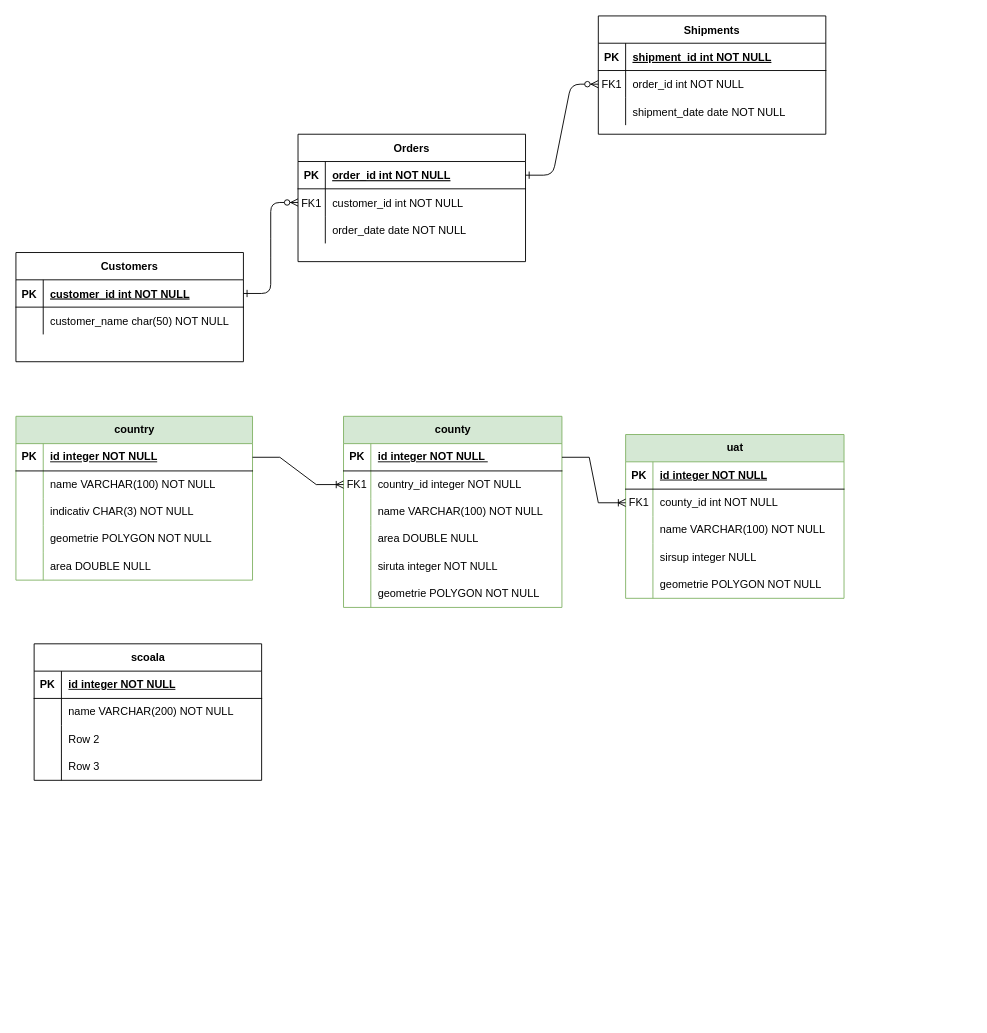
Before: Untitled Diagram.drawio in cristian19122001/modelare_db, a draw.io diagram. Source tidied: cells renumbered, new cells numbered last; positions are measured from the earlier drawing's top-left corner, leaving out a move shared by most shapes. Both pictures are drawn from the tidied source at 91%, with x=0, y=0 at pixel (15, 15).
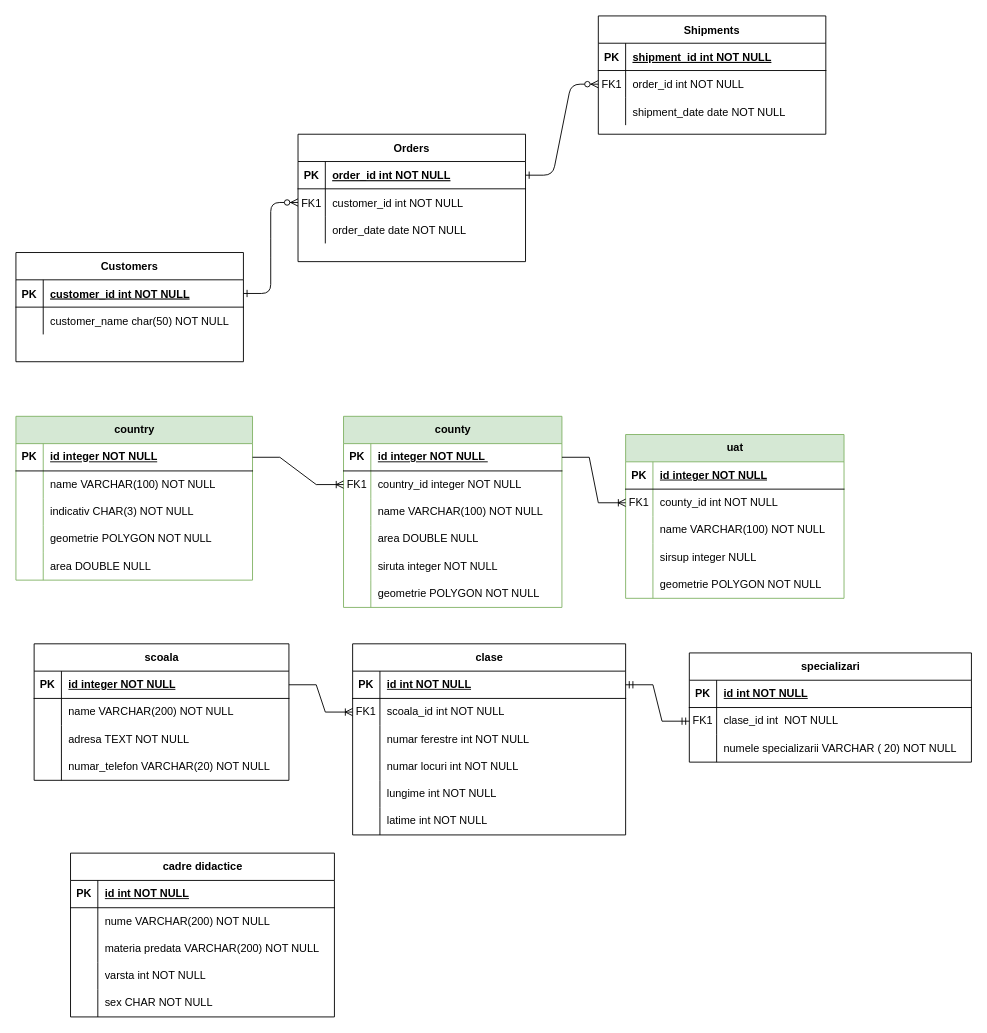
After the change.

Change to the diagram source:
```diff
@@
     <mxCell id="84" value="scoala" style="shape=table;startSize=30;childLayout=tableLayout;rowLines=0;fontStyle=1;align=center;html=1;" parent="1" vertex="1">
-      <mxGeometry x="20" y="690" width="250" height="150" as="geometry" />
+      <mxGeometry x="20" y="690" width="280" height="150" as="geometry" />
     </mxCell>
     <mxCell id="85" style="shape=tableRow;horizontal=0;startSize=0;swimlaneHead=0;swimlaneBody=0;fillColor=none;points=[[0,0.5],[1,0.5]];portConstraint=eastwest;top=0;left=0;right=0;bottom=1;" parent="84" vertex="1">
-      <mxGeometry y="30" width="250" height="30" as="geometry" />
+      <mxGeometry y="30" width="280" height="30" as="geometry" />
     </mxCell>
@@
     <mxCell id="87" value="id integer NOT NULL" style="shape=partialRectangle;fillColor=none;top=0;left=0;bottom=0;right=0;align=left;spacingLeft=6;fontStyle=5;overflow=hidden;whiteSpace=wrap;html=1;" parent="85" vertex="1">
-      <mxGeometry x="30" width="220" height="30" as="geometry" />
+      <mxGeometry x="30" width="250" height="30" as="geometry" />
     </mxCell>
     <mxCell id="88" style="shape=tableRow;horizontal=0;startSize=0;swimlaneHead=0;swimlaneBody=0;fillColor=none;top=0;left=0;right=0;bottom=0;" parent="84" vertex="1">
-      <mxGeometry y="60" width="250" height="30" as="geometry" />
+      <mxGeometry y="60" width="280" height="30" as="geometry" />
     </mxCell>
@@
     <mxCell id="90" value="name VARCHAR(200) NOT NULL" style="shape=partialRectangle;fillColor=none;top=0;left=0;bottom=0;right=0;align=left;spacingLeft=6;overflow=hidden;whiteSpace=wrap;html=1;" parent="88" vertex="1">
-      <mxGeometry x="30" width="220" height="30" as="geometry" />
+      <mxGeometry x="30" width="250" height="30" as="geometry" />
     </mxCell>
     <mxCell id="91" style="shape=tableRow;horizontal=0;startSize=0;swimlaneHead=0;swimlaneBody=0;fillColor=none;top=0;left=0;right=0;bottom=0;" parent="84" vertex="1">
-      <mxGeometry y="90" width="250" height="30" as="geometry" />
+      <mxGeometry y="90" width="280" height="30" as="geometry" />
     </mxCell>
@@
-    <mxCell id="93" value="Row 2" style="shape=partialRectangle;fillColor=none;top=0;left=0;bottom=0;right=0;align=left;spacingLeft=6;overflow=hidden;whiteSpace=wrap;html=1;" parent="91" vertex="1">
-      <mxGeometry x="30" width="220" height="30" as="geometry" />
+    <mxCell id="93" value="adresa TEXT NOT NULL" style="shape=partialRectangle;fillColor=none;top=0;left=0;bottom=0;right=0;align=left;spacingLeft=6;overflow=hidden;whiteSpace=wrap;html=1;" parent="91" vertex="1">
+      <mxGeometry x="30" width="250" height="30" as="geometry" />
     </mxCell>
     <mxCell id="94" style="shape=tableRow;horizontal=0;startSize=0;swimlaneHead=0;swimlaneBody=0;fillColor=none;top=0;left=0;right=0;bottom=0;" parent="84" vertex="1">
-      <mxGeometry y="120" width="250" height="30" as="geometry" />
+      <mxGeometry y="120" width="280" height="30" as="geometry" />
     </mxCell>
@@
-    <mxCell id="96" value="Row 3" style="shape=partialRectangle;fillColor=none;top=0;left=0;bottom=0;right=0;align=left;spacingLeft=6;overflow=hidden;whiteSpace=wrap;html=1;" parent="94" vertex="1">
-      <mxGeometry x="30" width="220" height="30" as="geometry" />
+    <mxCell id="96" value="numar_telefon VARCHAR(20) NOT NULL" style="shape=partialRectangle;fillColor=none;top=0;left=0;bottom=0;right=0;align=left;spacingLeft=6;overflow=hidden;whiteSpace=wrap;html=1;" parent="94" vertex="1">
+      <mxGeometry x="30" width="250" height="30" as="geometry" />
     </mxCell>
+    <mxCell id="97" value="clase" style="shape=table;startSize=30;childLayout=tableLayout;rowLines=0;fontStyle=1;align=center;html=1;" parent="1" vertex="1">
+      <mxGeometry x="370" y="690" width="300" height="210" as="geometry" />
+    </mxCell>
+    <mxCell id="98" style="shape=tableRow;horizontal=0;startSize=0;swimlaneHead=0;swimlaneBody=0;fillColor=none;points=[[0,0.5],[1,0.5]];portConstraint=eastwest;top=0;left=0;right=0;bottom=1;" parent="97" vertex="1">
+      <mxGeometry y="30" width="300" height="30" as="geometry" />
+    </mxCell>
+    <mxCell id="99" value="PK" style="shape=partialRectangle;fillColor=none;top=0;left=0;bottom=0;right=0;fontStyle=1;overflow=hidden;whiteSpace=wrap;html=1;" parent="98" vertex="1">
+      <mxGeometry width="30" height="30" as="geometry" />
+    </mxCell>
+    <mxCell id="100" value="id int NOT NULL" style="shape=partialRectangle;fillColor=none;top=0;left=0;bottom=0;right=0;align=left;spacingLeft=6;fontStyle=5;overflow=hidden;whiteSpace=wrap;html=1;" parent="98" vertex="1">
+      <mxGeometry x="30" width="270" height="30" as="geometry" />
+    </mxCell>
+    <mxCell id="101" style="shape=tableRow;horizontal=0;startSize=0;swimlaneHead=0;swimlaneBody=0;fillColor=none;points=[[0,0.5],[1,0.5]];portConstraint=eastwest;top=0;left=0;right=0;bottom=0;" parent="97" vertex="1">
+      <mxGeometry y="60" width="300" height="30" as="geometry" />
+    </mxCell>
+    <mxCell id="102" value="FK1" style="shape=partialRectangle;fillColor=none;top=0;left=0;bottom=0;right=0;overflow=hidden;whiteSpace=wrap;html=1;" parent="101" vertex="1">
+      <mxGeometry width="30" height="30" as="geometry" />
+    </mxCell>
+    <mxCell id="103" value="scoala_id int NOT NULL" style="shape=partialRectangle;fillColor=none;top=0;left=0;bottom=0;right=0;align=left;spacingLeft=6;overflow=hidden;whiteSpace=wrap;html=1;" parent="101" vertex="1">
+      <mxGeometry x="30" width="270" height="30" as="geometry" />
+    </mxCell>
+    <mxCell id="104" style="shape=tableRow;horizontal=0;startSize=0;swimlaneHead=0;swimlaneBody=0;fillColor=none;top=0;left=0;right=0;bottom=0;" parent="97" vertex="1">
+      <mxGeometry y="90" width="300" height="30" as="geometry" />
+    </mxCell>
+    <mxCell id="105" style="shape=partialRectangle;fillColor=none;top=0;left=0;bottom=0;right=0;overflow=hidden;whiteSpace=wrap;html=1;" parent="104" vertex="1">
+      <mxGeometry width="30" height="30" as="geometry" />
+    </mxCell>
+    <mxCell id="106" value="numar ferestre int NOT NULL" style="shape=partialRectangle;fillColor=none;top=0;left=0;bottom=0;right=0;align=left;spacingLeft=6;overflow=hidden;whiteSpace=wrap;html=1;" parent="104" vertex="1">
+      <mxGeometry x="30" width="270" height="30" as="geometry" />
+    </mxCell>
+    <mxCell id="107" style="shape=tableRow;horizontal=0;startSize=0;swimlaneHead=0;swimlaneBody=0;fillColor=none;top=0;left=0;right=0;bottom=0;" parent="97" vertex="1">
+      <mxGeometry y="120" width="300" height="30" as="geometry" />
+    </mxCell>
+    <mxCell id="108" style="shape=partialRectangle;fillColor=none;top=0;left=0;bottom=0;right=0;overflow=hidden;whiteSpace=wrap;html=1;" parent="107" vertex="1">
+      <mxGeometry width="30" height="30" as="geometry" />
+    </mxCell>
+    <mxCell id="109" value="numar locuri int NOT NULL" style="shape=partialRectangle;fillColor=none;top=0;left=0;bottom=0;right=0;align=left;spacingLeft=6;overflow=hidden;whiteSpace=wrap;html=1;" parent="107" vertex="1">
+      <mxGeometry x="30" width="270" height="30" as="geometry" />
+    </mxCell>
+    <mxCell id="110" style="shape=tableRow;horizontal=0;startSize=0;swimlaneHead=0;swimlaneBody=0;fillColor=none;top=0;left=0;right=0;bottom=0;" parent="97" vertex="1">
+      <mxGeometry y="150" width="300" height="30" as="geometry" />
+    </mxCell>
+    <mxCell id="111" style="shape=partialRectangle;fillColor=none;top=0;left=0;bottom=0;right=0;overflow=hidden;whiteSpace=wrap;html=1;" parent="110" vertex="1">
+      <mxGeometry width="30" height="30" as="geometry" />
+    </mxCell>
+    <mxCell id="112" value="lungime int NOT NULL" style="shape=partialRectangle;fillColor=none;top=0;left=0;bottom=0;right=0;align=left;spacingLeft=6;overflow=hidden;whiteSpace=wrap;html=1;" parent="110" vertex="1">
+      <mxGeometry x="30" width="270" height="30" as="geometry" />
+    </mxCell>
+    <mxCell id="113" style="shape=tableRow;horizontal=0;startSize=0;swimlaneHead=0;swimlaneBody=0;fillColor=none;top=0;left=0;right=0;bottom=0;" parent="97" vertex="1">
+      <mxGeometry y="180" width="300" height="30" as="geometry" />
+    </mxCell>
+    <mxCell id="114" style="shape=partialRectangle;fillColor=none;top=0;left=0;bottom=0;right=0;overflow=hidden;whiteSpace=wrap;html=1;" parent="113" vertex="1">
+      <mxGeometry width="30" height="30" as="geometry" />
+    </mxCell>
+    <mxCell id="115" value="latime int NOT NULL" style="shape=partialRectangle;fillColor=none;top=0;left=0;bottom=0;right=0;align=left;spacingLeft=6;overflow=hidden;whiteSpace=wrap;html=1;" parent="113" vertex="1">
+      <mxGeometry x="30" width="270" height="30" as="geometry" />
+    </mxCell>
+    <mxCell id="116" value="specializari" style="shape=table;startSize=30;childLayout=tableLayout;rowLines=0;fontStyle=1;align=center;html=1;" parent="1" vertex="1">
+      <mxGeometry x="740" y="700" width="310" height="120" as="geometry" />
+    </mxCell>
+    <mxCell id="117" style="shape=tableRow;horizontal=0;startSize=0;swimlaneHead=0;swimlaneBody=0;fillColor=none;top=0;left=0;right=0;bottom=1;" parent="116" vertex="1">
+      <mxGeometry y="30" width="310" height="30" as="geometry" />
+    </mxCell>
+    <mxCell id="118" value="PK" style="shape=partialRectangle;fillColor=none;top=0;left=0;bottom=0;right=0;fontStyle=1;overflow=hidden;whiteSpace=wrap;html=1;" parent="117" vertex="1">
+      <mxGeometry width="30" height="30" as="geometry" />
+    </mxCell>
+    <mxCell id="119" value="id int NOT NULL" style="shape=partialRectangle;fillColor=none;top=0;left=0;bottom=0;right=0;align=left;spacingLeft=6;fontStyle=5;overflow=hidden;whiteSpace=wrap;html=1;" parent="117" vertex="1">
+      <mxGeometry x="30" width="280" height="30" as="geometry" />
+    </mxCell>
+    <mxCell id="120" style="shape=tableRow;horizontal=0;startSize=0;swimlaneHead=0;swimlaneBody=0;fillColor=none;points=[[0,0.5],[1,0.5]];portConstraint=eastwest;top=0;left=0;right=0;bottom=0;" parent="116" vertex="1">
+      <mxGeometry y="60" width="310" height="30" as="geometry" />
+    </mxCell>
+    <mxCell id="121" value="FK1" style="shape=partialRectangle;fillColor=none;top=0;left=0;bottom=0;right=0;overflow=hidden;whiteSpace=wrap;html=1;" parent="120" vertex="1">
+      <mxGeometry width="30" height="30" as="geometry" />
+    </mxCell>
+    <mxCell id="122" value="clase_id int&amp;nbsp; NOT NULL" style="shape=partialRectangle;fillColor=none;top=0;left=0;bottom=0;right=0;align=left;spacingLeft=6;overflow=hidden;whiteSpace=wrap;html=1;" parent="120" vertex="1">
+      <mxGeometry x="30" width="280" height="30" as="geometry" />
+    </mxCell>
+    <mxCell id="123" style="shape=tableRow;horizontal=0;startSize=0;swimlaneHead=0;swimlaneBody=0;fillColor=none;top=0;left=0;right=0;bottom=0;" parent="116" vertex="1">
+      <mxGeometry y="90" width="310" height="30" as="geometry" />
+    </mxCell>
+    <mxCell id="124" style="shape=partialRectangle;fillColor=none;top=0;left=0;bottom=0;right=0;overflow=hidden;whiteSpace=wrap;html=1;" parent="123" vertex="1">
+      <mxGeometry width="30" height="30" as="geometry" />
+    </mxCell>
+    <mxCell id="125" value="numele specializarii VARCHAR ( 20) NOT NULL" style="shape=partialRectangle;fillColor=none;top=0;left=0;bottom=0;right=0;align=left;spacingLeft=6;overflow=hidden;whiteSpace=wrap;html=1;" parent="123" vertex="1">
+      <mxGeometry x="30" width="280" height="30" as="geometry" />
+    </mxCell>
+    <mxCell id="126" value="cadre didactice" style="shape=table;startSize=30;childLayout=tableLayout;rowLines=0;fontStyle=1;align=center;html=1;" parent="1" vertex="1">
+      <mxGeometry x="60" y="920" width="290" height="180" as="geometry" />
+    </mxCell>
+    <mxCell id="127" style="shape=tableRow;horizontal=0;startSize=0;swimlaneHead=0;swimlaneBody=0;fillColor=none;top=0;left=0;right=0;bottom=1;" parent="126" vertex="1">
+      <mxGeometry y="30" width="290" height="30" as="geometry" />
+    </mxCell>
+    <mxCell id="128" value="PK" style="shape=partialRectangle;fillColor=none;top=0;left=0;bottom=0;right=0;fontStyle=1;overflow=hidden;whiteSpace=wrap;html=1;" parent="127" vertex="1">
+      <mxGeometry width="30" height="30" as="geometry" />
+    </mxCell>
+    <mxCell id="129" value="id int NOT NULL" style="shape=partialRectangle;fillColor=none;top=0;left=0;bottom=0;right=0;align=left;spacingLeft=6;fontStyle=5;overflow=hidden;whiteSpace=wrap;html=1;" parent="127" vertex="1">
+      <mxGeometry x="30" width="260" height="30" as="geometry" />
+    </mxCell>
+    <mxCell id="130" style="shape=tableRow;horizontal=0;startSize=0;swimlaneHead=0;swimlaneBody=0;fillColor=none;top=0;left=0;right=0;bottom=0;" parent="126" vertex="1">
+      <mxGeometry y="60" width="290" height="30" as="geometry" />
+    </mxCell>
+    <mxCell id="131" style="shape=partialRectangle;fillColor=none;top=0;left=0;bottom=0;right=0;overflow=hidden;whiteSpace=wrap;html=1;" parent="130" vertex="1">
+      <mxGeometry width="30" height="30" as="geometry" />
+    </mxCell>
+    <mxCell id="132" value="nume VARCHAR(200) NOT NULL" style="shape=partialRectangle;fillColor=none;top=0;left=0;bottom=0;right=0;align=left;spacingLeft=6;overflow=hidden;whiteSpace=wrap;html=1;" parent="130" vertex="1">
+      <mxGeometry x="30" width="260" height="30" as="geometry" />
+    </mxCell>
+    <mxCell id="133" style="shape=tableRow;horizontal=0;startSize=0;swimlaneHead=0;swimlaneBody=0;fillColor=none;top=0;left=0;right=0;bottom=0;" parent="126" vertex="1">
+      <mxGeometry y="90" width="290" height="30" as="geometry" />
+    </mxCell>
+    <mxCell id="134" style="shape=partialRectangle;fillColor=none;top=0;left=0;bottom=0;right=0;overflow=hidden;whiteSpace=wrap;html=1;" parent="133" vertex="1">
+      <mxGeometry width="30" height="30" as="geometry" />
+    </mxCell>
+    <mxCell id="135" value="materia predata VARCHAR(200) NOT NULL" style="shape=partialRectangle;fillColor=none;top=0;left=0;bottom=0;right=0;align=left;spacingLeft=6;overflow=hidden;whiteSpace=wrap;html=1;" parent="133" vertex="1">
+      <mxGeometry x="30" width="260" height="30" as="geometry" />
+    </mxCell>
+    <mxCell id="136" style="shape=tableRow;horizontal=0;startSize=0;swimlaneHead=0;swimlaneBody=0;fillColor=none;top=0;left=0;right=0;bottom=0;" parent="126" vertex="1">
+      <mxGeometry y="120" width="290" height="30" as="geometry" />
+    </mxCell>
+    <mxCell id="137" style="shape=partialRectangle;fillColor=none;top=0;left=0;bottom=0;right=0;overflow=hidden;whiteSpace=wrap;html=1;" parent="136" vertex="1">
+      <mxGeometry width="30" height="30" as="geometry" />
+    </mxCell>
+    <mxCell id="138" value="varsta int NOT NULL" style="shape=partialRectangle;fillColor=none;top=0;left=0;bottom=0;right=0;align=left;spacingLeft=6;overflow=hidden;whiteSpace=wrap;html=1;" parent="136" vertex="1">
+      <mxGeometry x="30" width="260" height="30" as="geometry" />
+    </mxCell>
+    <mxCell id="139" style="shape=tableRow;horizontal=0;startSize=0;swimlaneHead=0;swimlaneBody=0;fillColor=none;top=0;left=0;right=0;bottom=0;" parent="126" vertex="1">
+      <mxGeometry y="150" width="290" height="30" as="geometry" />
+    </mxCell>
+    <mxCell id="140" style="shape=partialRectangle;fillColor=none;top=0;left=0;bottom=0;right=0;overflow=hidden;whiteSpace=wrap;html=1;" parent="139" vertex="1">
+      <mxGeometry width="30" height="30" as="geometry" />
+    </mxCell>
+    <mxCell id="141" value="sex CHAR NOT NULL&amp;nbsp;" style="shape=partialRectangle;fillColor=none;top=0;left=0;bottom=0;right=0;align=left;spacingLeft=6;overflow=hidden;whiteSpace=wrap;html=1;" parent="139" vertex="1">
+      <mxGeometry x="30" width="260" height="30" as="geometry" />
+    </mxCell>
+    <mxCell id="142" style="edgeStyle=entityRelationEdgeStyle;fontSize=12;html=1;endArrow=ERoneToMany;rounded=0;exitX=1;exitY=0.5;exitDx=0;exitDy=0;entryX=0;entryY=0.5;entryDx=0;entryDy=0;" parent="1" edge="1" source="85" target="101">
+      <mxGeometry relative="1" as="geometry" />
+    </mxCell>
+    <mxCell id="143" style="edgeStyle=entityRelationEdgeStyle;fontSize=12;html=1;endArrow=ERmandOne;startArrow=ERmandOne;rounded=0;exitX=1;exitY=0.5;exitDx=0;exitDy=0;entryX=0;entryY=0.5;entryDx=0;entryDy=0;" parent="1" edge="1" source="98" target="120">
+      <mxGeometry relative="1" as="geometry" />
+    </mxCell>
```
